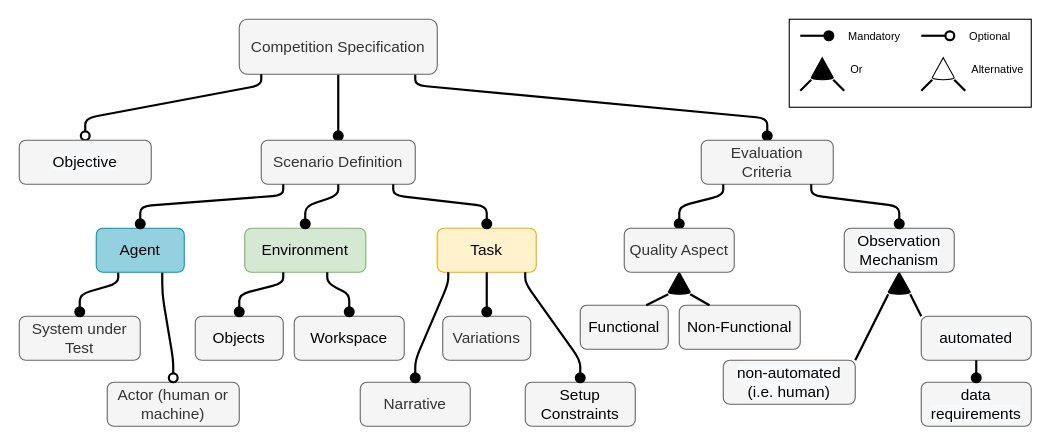
This is page "current-colored" (2 of 4) of rulebook_features.drawio from minhnh/drawio-diagrams, a draw.io file, before an edit. Source tidied: cells renumbered, new cells numbered last; positions are measured from the earlier drawing's top-left corner, leaving out a move shared by most shapes. Both pictures are drawn from the tidied source at 110%, with x=0, y=0 at pixel (19, 19).
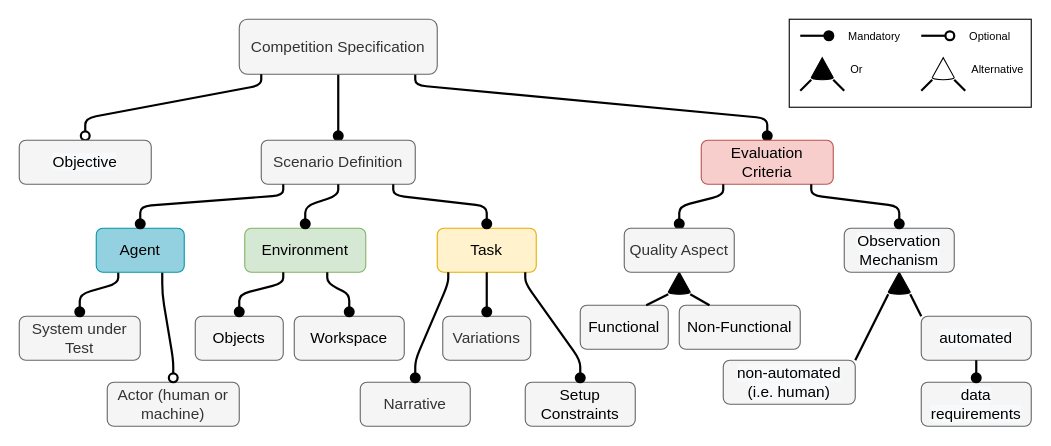
The same diagram, later.

Commit message (it also covers changes not shown here):
update & color pickplace examples for bdd-dsl docs

The edit, as a diff of the source:
```diff
@@
-    <mxCell id="23" value="Evaluation&lt;br&gt;Criteria" style="rounded=1;whiteSpace=wrap;html=1;fontSize=14;fillColor=#f5f5f5;strokeColor=#666666;fontColor=#333333;" parent="1" vertex="1">
+    <mxCell id="23" value="Evaluation&lt;br&gt;Criteria" style="rounded=1;whiteSpace=wrap;html=1;fontSize=14;fillColor=#f8cecc;strokeColor=#b85450;" parent="1" vertex="1">
       <mxGeometry x="620" y="110" width="120" height="40" as="geometry" />
     </mxCell>
```
